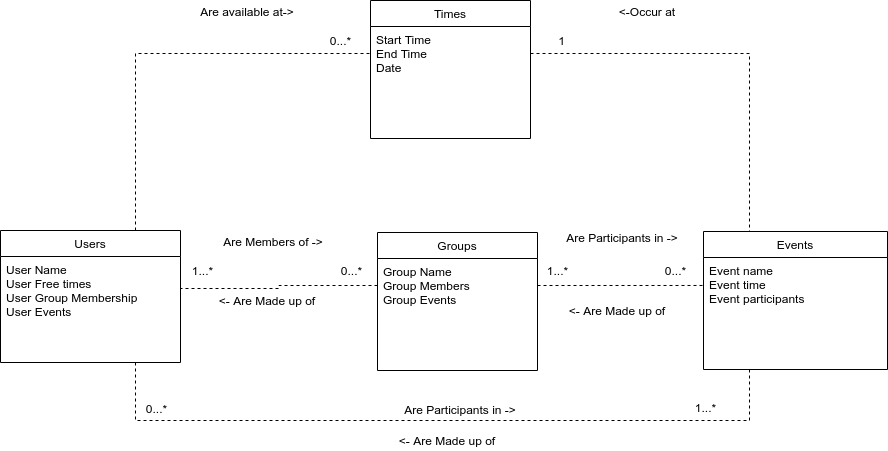
The draw.io diagram domainModel.png in calvin-cs262-fall2020-teamD/freetime-project, before a commit. Source tidied: cells renumbered, new cells last; positions are measured from the earlier drawing's top-left corner, leaving out a move shared by most shapes.
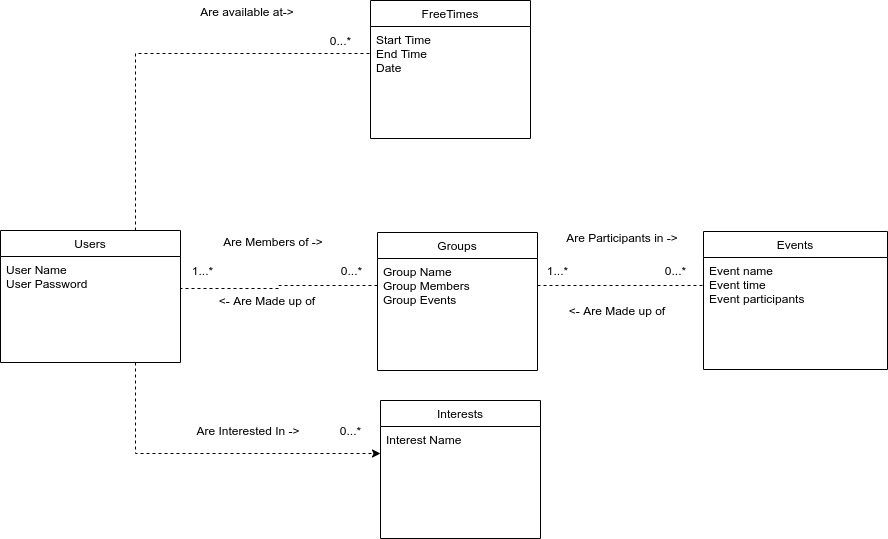
The same diagram one commit later.

Commit message:
Renames new domain model file

Change to the diagram source:
```diff
@@ -19,21 +19,16 @@
         <mxPoint x="578" y="304" as="sourcePoint" />
       </mxGeometry>
     </mxCell>
-    <mxCell id="7" style="edgeStyle=orthogonalEdgeStyle;rounded=0;jettySize=auto;html=1;exitX=0.75;exitY=1;exitDx=0;exitDy=0;entryX=0.25;entryY=1;entryDx=0;entryDy=0;dashed=1;endArrow=none;endFill=0;" parent="1" edge="1" source="9" target="4">
-      <mxGeometry relative="1" as="geometry">
-        <Array as="points">
-          <mxPoint x="135" y="420" />
-          <mxPoint x="749" y="420" />
-        </Array>
-      </mxGeometry>
-    </mxCell>
     <mxCell id="8" style="edgeStyle=orthogonalEdgeStyle;rounded=0;jettySize=auto;html=1;exitX=0.75;exitY=0;exitDx=0;exitDy=0;entryX=0;entryY=0.5;entryDx=0;entryDy=0;endArrow=none;endFill=0;dashed=1;" parent="1" edge="1" source="9" target="26">
       <mxGeometry relative="1" as="geometry" />
     </mxCell>
+    <mxCell id="32" style="edgeStyle=orthogonalEdgeStyle;rounded=0;jettySize=auto;html=1;exitX=0.75;exitY=1;exitDx=0;exitDy=0;entryX=0;entryY=0.5;entryDx=0;entryDy=0;dashed=1;" parent="1" edge="1" source="9" target="34">
+      <mxGeometry relative="1" as="geometry" />
+    </mxCell>
     <mxCell id="9" value="Users" style="swimlane;fontStyle=0;align=center;verticalAlign=top;horizontal=1;startSize=26;rounded=0;shadow=0;strokeWidth=1;" parent="1" vertex="1">
       <mxGeometry y="230" width="180" height="132" as="geometry" />
     </mxCell>
-    <mxCell id="10" value="User Name&#10;User Free times&#10;User Group Membership&#10;User Events" style="text;align=left;verticalAlign=top;spacingLeft=4;spacingRight=4;overflow=hidden;points=[[0,0.5],[1,0.5]];portConstraint=eastwest;" parent="9" vertex="1">
+    <mxCell id="10" value="User Name&#10;User Password" style="text;align=left;verticalAlign=top;spacingLeft=4;spacingRight=4;overflow=hidden;points=[[0,0.5],[1,0.5]];portConstraint=eastwest;" parent="9" vertex="1">
       <mxGeometry y="26" width="180" height="64" as="geometry" />
     </mxCell>
     <mxCell id="11" style="edgeStyle=orthogonalEdgeStyle;rounded=0;jettySize=auto;html=1;exitX=1;exitY=0.5;exitDx=0;exitDy=0;entryX=0.011;entryY=0.378;entryDx=0;entryDy=0;entryPerimeter=0;dashed=1;endArrow=none;endFill=0;" parent="1" edge="1" source="3" target="5">
@@ -51,15 +46,9 @@
     <mxCell id="15" value="&amp;lt;- Are Made up of" style="text;html=1;strokeColor=none;fillColor=none;align=center;verticalAlign=middle;whiteSpace=wrap;rounded=0;" parent="1" vertex="1">
       <mxGeometry x="187" y="290" width="160" height="20" as="geometry" />
     </mxCell>
-    <mxCell id="16" value="Are Participants in -&amp;gt;" style="text;html=1;strokeColor=none;fillColor=none;align=center;verticalAlign=middle;whiteSpace=wrap;rounded=0;" parent="1" vertex="1">
-      <mxGeometry x="390" y="399" width="140" height="20" as="geometry" />
-    </mxCell>
     <mxCell id="17" value="&amp;lt;- Are Made up of" style="text;html=1;strokeColor=none;fillColor=none;align=center;verticalAlign=middle;whiteSpace=wrap;rounded=0;" parent="1" vertex="1">
       <mxGeometry x="537" y="300" width="160" height="20" as="geometry" />
     </mxCell>
-    <mxCell id="18" value="&amp;lt;- Are Made up of" style="text;html=1;strokeColor=none;fillColor=none;align=center;verticalAlign=middle;whiteSpace=wrap;rounded=0;" parent="1" vertex="1">
-      <mxGeometry x="367" y="430" width="160" height="20" as="geometry" />
-    </mxCell>
     <mxCell id="19" value="Are Members of -&amp;gt;" style="text;html=1;strokeColor=none;fillColor=none;align=center;verticalAlign=middle;whiteSpace=wrap;rounded=0;" parent="1" vertex="1">
       <mxGeometry x="218" y="231" width="110" height="20" as="geometry" />
     </mxCell>
@@ -72,32 +61,29 @@
     <mxCell id="22" value="&lt;div&gt;0...*&lt;/div&gt;" style="text;html=1;strokeColor=none;fillColor=none;align=center;verticalAlign=middle;whiteSpace=wrap;rounded=0;" parent="1" vertex="1">
       <mxGeometry x="660" y="265" width="31" height="10" as="geometry" />
     </mxCell>
-    <mxCell id="23" value="&lt;div&gt;0...*&lt;/div&gt;" style="text;html=1;strokeColor=none;fillColor=none;align=center;verticalAlign=middle;whiteSpace=wrap;rounded=0;" parent="1" vertex="1">
-      <mxGeometry x="141" y="403" width="31" height="10" as="geometry" />
-    </mxCell>
-    <mxCell id="24" value="&lt;div&gt;1...*&lt;/div&gt;" style="text;html=1;strokeColor=none;fillColor=none;align=center;verticalAlign=middle;whiteSpace=wrap;rounded=0;" parent="1" vertex="1">
-      <mxGeometry x="690" y="402" width="31" height="10" as="geometry" />
-    </mxCell>
-    <mxCell id="25" value="Times" style="swimlane;fontStyle=0;align=center;verticalAlign=top;horizontal=1;startSize=26;rounded=0;shadow=0;strokeWidth=1;" parent="1" vertex="1">
+    <mxCell id="25" value="FreeTimes" style="swimlane;fontStyle=0;align=center;verticalAlign=top;horizontal=1;startSize=26;rounded=0;shadow=0;strokeWidth=1;" parent="1" vertex="1">
       <mxGeometry x="370" width="160" height="138" as="geometry" />
     </mxCell>
     <mxCell id="26" value="Start Time&#10;End Time&#10;Date" style="text;align=left;verticalAlign=top;spacingLeft=4;spacingRight=4;overflow=hidden;points=[[0,0.5],[1,0.5]];portConstraint=eastwest;" parent="25" vertex="1">
       <mxGeometry y="26" width="160" height="54" as="geometry" />
     </mxCell>
-    <mxCell id="27" style="edgeStyle=orthogonalEdgeStyle;rounded=0;jettySize=auto;html=1;exitX=1;exitY=0.5;exitDx=0;exitDy=0;entryX=0.25;entryY=0;entryDx=0;entryDy=0;dashed=1;endArrow=none;endFill=0;" parent="1" edge="1" source="26" target="4">
-      <mxGeometry relative="1" as="geometry" />
-    </mxCell>
     <mxCell id="28" value="Are available at-&amp;gt;" style="text;html=1;strokeColor=none;fillColor=none;align=center;verticalAlign=middle;whiteSpace=wrap;rounded=0;" parent="1" vertex="1">
       <mxGeometry x="176" y="1" width="142" height="20" as="geometry" />
     </mxCell>
     <mxCell id="29" value="&lt;div&gt;0...*&lt;/div&gt;" style="text;html=1;strokeColor=none;fillColor=none;align=center;verticalAlign=middle;whiteSpace=wrap;rounded=0;" parent="1" vertex="1">
       <mxGeometry x="325" y="35" width="31" height="10" as="geometry" />
     </mxCell>
-    <mxCell id="30" value="&lt;div&gt;1&lt;/div&gt;" style="text;html=1;strokeColor=none;fillColor=none;align=center;verticalAlign=middle;whiteSpace=wrap;rounded=0;" parent="1" vertex="1">
-      <mxGeometry x="546" y="35" width="31" height="10" as="geometry" />
-    </mxCell>
-    <mxCell id="31" value="&amp;lt;-Occur at" style="text;html=1;strokeColor=none;fillColor=none;align=center;verticalAlign=middle;whiteSpace=wrap;rounded=0;" parent="1" vertex="1">
-      <mxGeometry x="576" y="1" width="142" height="20" as="geometry" />
-    </mxCell>
+    <mxCell id="33" value="Interests" style="swimlane;fontStyle=0;align=center;verticalAlign=top;horizontal=1;startSize=26;rounded=0;shadow=0;strokeWidth=1;" parent="1" vertex="1">
+      <mxGeometry x="380" y="400" width="160" height="138" as="geometry" />
+    </mxCell>
+    <mxCell id="34" value="Interest Name" style="text;align=left;verticalAlign=top;spacingLeft=4;spacingRight=4;overflow=hidden;points=[[0,0.5],[1,0.5]];portConstraint=eastwest;" parent="33" vertex="1">
+      <mxGeometry y="26" width="160" height="54" as="geometry" />
+    </mxCell>
+    <mxCell id="35" value="Are Interested In -&amp;gt;" style="text;html=1;strokeColor=none;fillColor=none;align=center;verticalAlign=middle;whiteSpace=wrap;rounded=0;" parent="1" vertex="1">
+      <mxGeometry x="177" y="420" width="142" height="20" as="geometry" />
+    </mxCell>
+    <mxCell id="23" value="&lt;div&gt;0...*&lt;/div&gt;" style="text;html=1;strokeColor=none;fillColor=none;align=center;verticalAlign=middle;whiteSpace=wrap;rounded=0;" parent="1" vertex="1">
+      <mxGeometry x="335" y="425" width="31" height="10" as="geometry" />
+    </mxCell>
   </root>
 </mxGraphModel>
```
